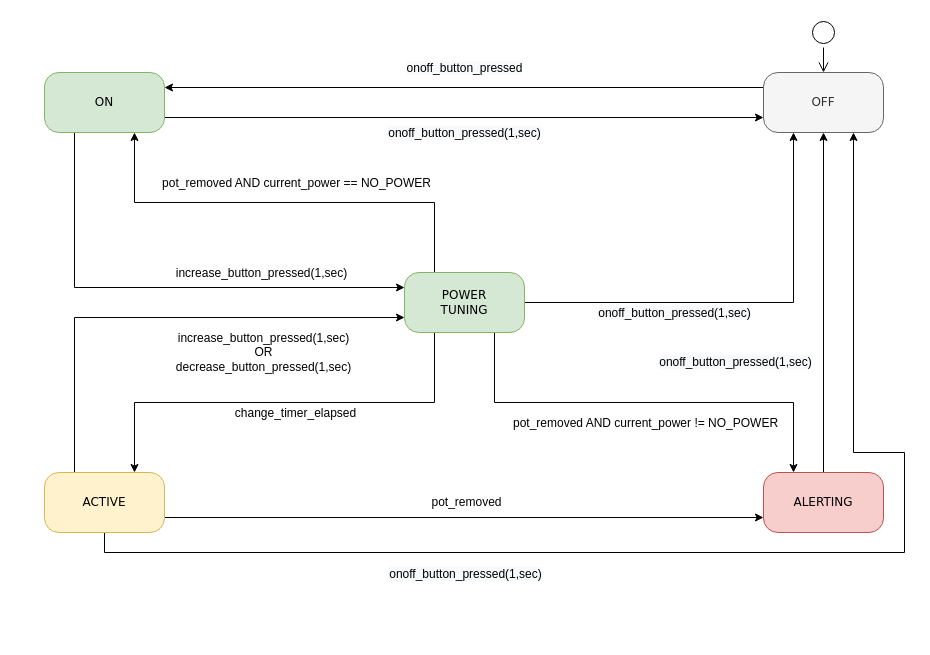
Earlier version of the draw.io diagram page "Diagramma di stato" (2 of 2) of fornello-elettrico.drawio (CFG-Official/EmbeddedSystems). Source tidied: cells renumbered, new cells numbered last; positions are measured from the earlier drawing's top-left corner, leaving out a move shared by most shapes. Both pictures are drawn from the tidied source at 100%, with x=0, y=0 at pixel (44, 17).
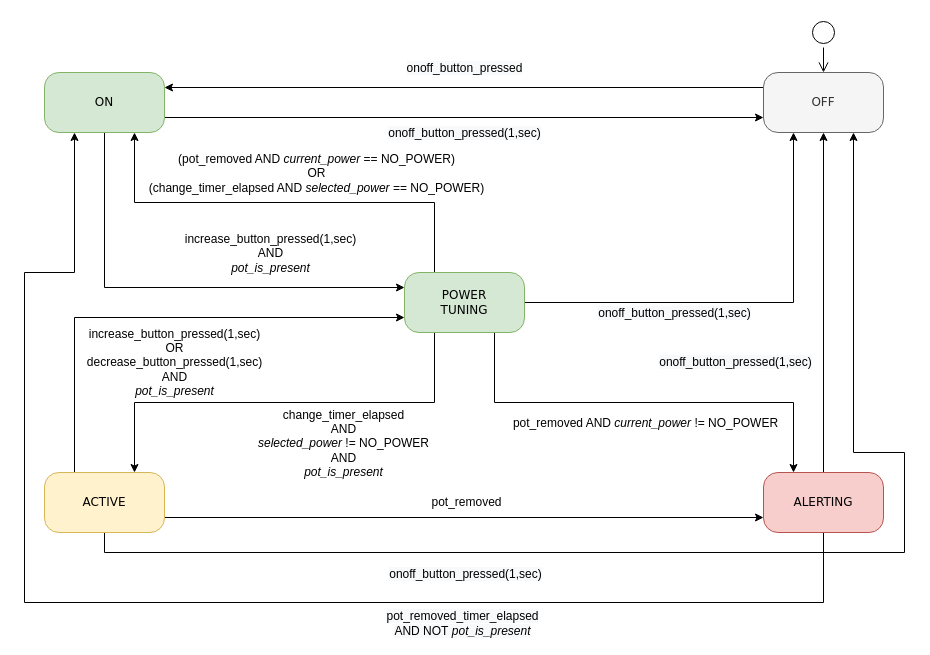
The same diagram, later.

Unchanged cells that the change refers to:
```xml
<mxCell id="11" value="ON" style="rounded=1;whiteSpace=wrap;html=1;arcSize=24;fillColor=#d5e8d4;strokeColor=#82b366;shadow=0;comic=0;labelBackgroundColor=none;fontFamily=Verdana;fontSize=12;align=center;" parent="1" vertex="1">
  <mxGeometry y="55" width="120" height="60" as="geometry" />
</mxCell>
<mxCell id="14" value="ALERTING" style="rounded=1;whiteSpace=wrap;html=1;arcSize=24;fillColor=#f8cecc;strokeColor=#b85450;shadow=0;comic=0;labelBackgroundColor=none;fontFamily=Verdana;fontSize=12;align=center;" parent="1" vertex="1">
  <mxGeometry x="719" y="455" width="120" height="60" as="geometry" />
</mxCell>
<mxCell id="20" value="ACTIVE" style="rounded=1;whiteSpace=wrap;html=1;arcSize=24;fillColor=#fff2cc;strokeColor=#d6b656;shadow=0;comic=0;labelBackgroundColor=none;fontFamily=Verdana;fontSize=12;align=center;" parent="1" vertex="1">
  <mxGeometry y="455" width="120" height="60" as="geometry" />
</mxCell>
<mxCell id="21" style="edgeStyle=orthogonalEdgeStyle;rounded=0;jettySize=auto;html=1;exitX=0.25;exitY=0;exitDx=0;exitDy=0;entryX=0.75;entryY=1;entryDx=0;entryDy=0;" parent="1" edge="1" source="29" target="11">
  <mxGeometry relative="1" as="geometry" />
</mxCell>
<mxCell id="23" style="edgeStyle=orthogonalEdgeStyle;rounded=0;jettySize=auto;html=1;exitX=0.75;exitY=1;exitDx=0;exitDy=0;entryX=0.25;entryY=0;entryDx=0;entryDy=0;" parent="1" edge="1" source="29" target="14">
  <mxGeometry relative="1" as="geometry" />
</mxCell>
<mxCell id="25" style="edgeStyle=orthogonalEdgeStyle;rounded=0;jettySize=auto;html=1;exitX=0.25;exitY=1;exitDx=0;exitDy=0;entryX=0.75;entryY=0;entryDx=0;entryDy=0;" parent="1" edge="1" source="29" target="20">
  <mxGeometry relative="1" as="geometry" />
</mxCell>
<mxCell id="29" value="POWER&lt;br&gt;TUNING" style="rounded=1;whiteSpace=wrap;html=1;arcSize=24;fillColor=#d5e8d4;strokeColor=#82b366;shadow=0;comic=0;labelBackgroundColor=none;fontFamily=Verdana;fontSize=12;align=center;" parent="1" vertex="1">
  <mxGeometry x="360" y="255" width="120" height="60" as="geometry" />
</mxCell>
```

The edit, as a diff of the source:
```diff
@@
-    <mxCell id="9" style="edgeStyle=orthogonalEdgeStyle;rounded=0;jettySize=auto;html=1;exitX=0.25;exitY=1;exitDx=0;exitDy=0;entryX=0;entryY=0.25;entryDx=0;entryDy=0;" parent="1" edge="1" source="11" target="29">
+    <mxCell id="9" style="edgeStyle=orthogonalEdgeStyle;rounded=0;jettySize=auto;html=1;exitX=0.5;exitY=1;exitDx=0;exitDy=0;entryX=0;entryY=0.25;entryDx=0;entryDy=0;" parent="1" edge="1" source="11" target="29">
       <mxGeometry relative="1" as="geometry" />
     </mxCell>
-    <mxCell id="10" value="increase_button_pressed(1,sec)" style="text;html=1;align=center;verticalAlign=middle;labelBackgroundColor=#ffffff;" parent="9" vertex="1">
+    <mxCell id="10" value="increase_button_pressed(1,sec)&lt;br&gt;AND&lt;br&gt;&lt;i&gt;pot_is_present&lt;/i&gt;" style="text;html=1;align=center;verticalAlign=middle;labelBackgroundColor=#ffffff;" parent="9" vertex="1">
       <mxGeometry x="0.67" relative="1" as="geometry">
-        <mxPoint x="-64" y="-15" as="offset" />
+        <mxPoint x="-60" y="-35" as="offset" />
       </mxGeometry>
     </mxCell>
@@
+    <mxCell id="30" style="edgeStyle=orthogonalEdgeStyle;rounded=0;jettySize=auto;html=1;exitX=0.5;exitY=1;exitDx=0;exitDy=0;entryX=0.25;entryY=1;entryDx=0;entryDy=0;" parent="1" edge="1" source="14" target="11">
+      <mxGeometry relative="1" as="geometry">
+        <Array as="points">
+          <mxPoint x="779" y="585" />
+          <mxPoint x="-20" y="585" />
+          <mxPoint x="-20" y="255" />
+          <mxPoint x="30" y="255" />
+        </Array>
+      </mxGeometry>
+    </mxCell>
+    <mxCell id="31" value="&lt;span style=&quot;text-align: left ; white-space: normal ; background-color: rgb(248 , 249 , 250)&quot;&gt;pot_removed_timer_elapsed AND NOT&amp;nbsp;&lt;i&gt;pot_is_present&lt;/i&gt;&lt;/span&gt;" style="text;html=1;align=center;verticalAlign=middle;labelBackgroundColor=#ffffff;" parent="30" vertex="1">
+      <mxGeometry x="-0.34" y="4" relative="1" as="geometry">
+        <mxPoint x="26" y="16" as="offset" />
+      </mxGeometry>
+    </mxCell>
@@
-    <mxCell id="15" value="&lt;span style=&quot;font-size: 12px&quot;&gt;increase_button_pressed(1,sec)&lt;br&gt;OR&lt;br&gt;&lt;/span&gt;&lt;span style=&quot;font-size: 12px&quot;&gt;decrease_button_pressed(1,sec)&lt;/span&gt;&lt;span style=&quot;font-size: 12px&quot;&gt;&lt;br&gt;&lt;/span&gt;" style="edgeStyle=orthogonalEdgeStyle;rounded=0;jettySize=auto;html=1;exitX=0.25;exitY=0;exitDx=0;exitDy=0;entryX=0;entryY=0.75;entryDx=0;entryDy=0;" parent="1" edge="1" source="20" target="29">
-      <mxGeometry x="0.42" y="-35" relative="1" as="geometry" />
+    <mxCell id="15" value="&lt;span style=&quot;font-size: 12px&quot;&gt;increase_button_pressed(1,sec)&lt;br&gt;OR&lt;br&gt;&lt;/span&gt;&lt;span style=&quot;font-size: 12px&quot;&gt;decrease_button_pressed(1,sec)&lt;br&gt;&lt;/span&gt;&lt;span style=&quot;font-size: 12px&quot;&gt;AND&lt;br&gt;&lt;i&gt;pot_is_present&lt;/i&gt;&lt;br&gt;&lt;/span&gt;" style="edgeStyle=orthogonalEdgeStyle;rounded=0;jettySize=auto;html=1;exitX=0.25;exitY=0;exitDx=0;exitDy=0;entryX=0;entryY=0.75;entryDx=0;entryDy=0;" parent="1" edge="1" source="20" target="29">
+      <mxGeometry x="0.05" y="-45" relative="1" as="geometry" />
     </mxCell>
@@
-    <mxCell id="22" value="pot_removed AND current_power == NO_POWER" style="text;html=1;align=center;verticalAlign=middle;labelBackgroundColor=#ffffff;" parent="21" vertex="1">
+    <mxCell id="22" value="(pot_removed AND &lt;i&gt;current_power&lt;/i&gt; == NO_POWER)&lt;br&gt;OR&lt;br&gt;(change_timer_elapsed AND &lt;i&gt;selected_power&lt;/i&gt; == NO_POWER)" style="text;html=1;align=center;verticalAlign=middle;labelBackgroundColor=#ffffff;" parent="21" vertex="1">
       <mxGeometry x="0.32" y="-1" relative="1" as="geometry">
-        <mxPoint x="81" y="-19" as="offset" />
+        <mxPoint x="101" y="-29" as="offset" />
       </mxGeometry>
     </mxCell>
@@
-    <mxCell id="24" value="pot_removed AND current_power != NO_POWER" style="text;html=1;align=center;verticalAlign=middle;labelBackgroundColor=#ffffff;" parent="23" vertex="1">
+    <mxCell id="24" value="pot_removed AND &lt;i&gt;current_power&lt;/i&gt; != NO_POWER" style="text;html=1;align=center;verticalAlign=middle;labelBackgroundColor=#ffffff;" parent="23" vertex="1">
       <mxGeometry x="0.14" y="-2" relative="1" as="geometry">
         <mxPoint x="-30" y="18" as="offset" />
       </mxGeometry>
     </mxCell>
@@
-    <mxCell id="26" value="change_timer_elapsed" style="text;html=1;align=center;verticalAlign=middle;labelBackgroundColor=#ffffff;" parent="25" vertex="1">
+    <mxCell id="26" value="change_timer_elapsed&lt;br&gt;AND&lt;br&gt;&lt;i&gt;selected_power&lt;/i&gt; != NO_POWER&lt;br&gt;AND&lt;br&gt;&lt;i&gt;pot_is_present&lt;/i&gt;" style="text;html=1;align=center;verticalAlign=middle;labelBackgroundColor=#ffffff;" parent="25" vertex="1">
       <mxGeometry x="-0.11" y="1" relative="1" as="geometry">
-        <mxPoint x="-14" y="9" as="offset" />
+        <mxPoint x="34.5" y="39" as="offset" />
       </mxGeometry>
     </mxCell>
```
